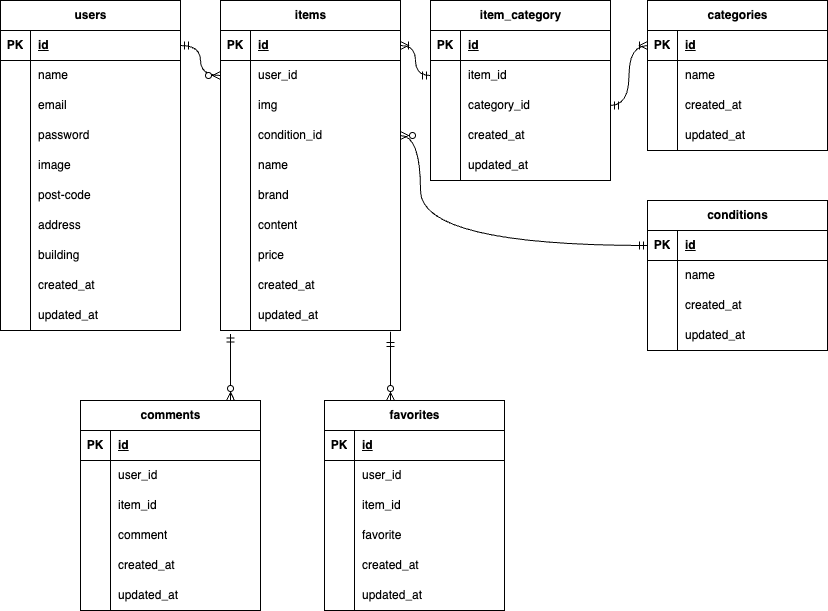
Earlier version of the draw.io export index.drawio.png (moechi9/coachtech_free-market). Source tidied: cells renumbered, new cells last; positions are measured from the earlier drawing's top-left corner, leaving out a move shared by most shapes.
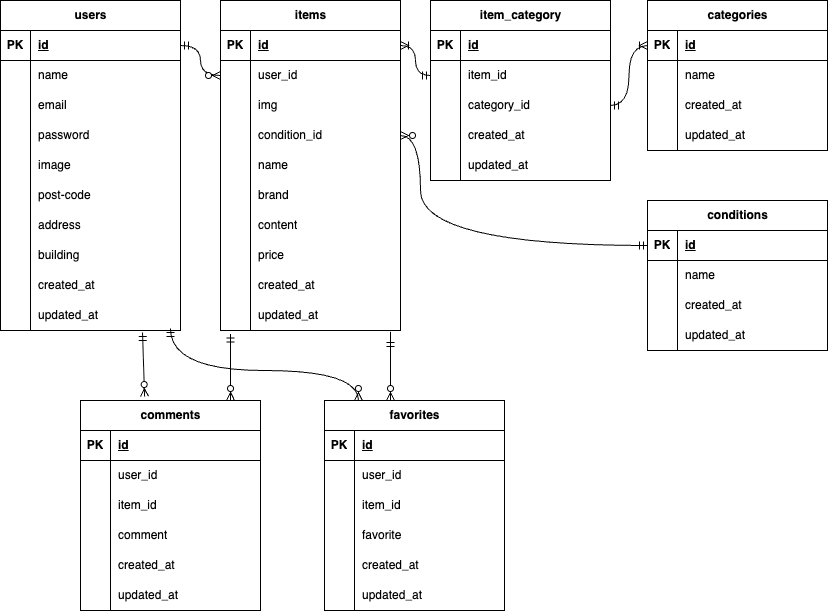
Later version of the same file.

Diff of the diagram source:
```diff
@@ -463,5 +463,17 @@
         </Array>
       </mxGeometry>
     </mxCell>
+    <mxCell id="150" style="fontSize=12;html=1;endArrow=ERzeroToMany;startArrow=ERmandOne;entryX=0.356;entryY=-0.019;entryDx=0;entryDy=0;entryPerimeter=0;exitX=0.789;exitY=1.067;exitDx=0;exitDy=0;exitPerimeter=0;" parent="1" edge="1" source="56" target="125">
+      <mxGeometry relative="1" as="geometry" />
+    </mxCell>
+    <mxCell id="151" style="edgeStyle=orthogonalEdgeStyle;fontSize=12;html=1;endArrow=ERzeroToMany;startArrow=ERmandOne;curved=1;exitX=0.944;exitY=0.933;exitDx=0;exitDy=0;exitPerimeter=0;" parent="1" edge="1" source="56">
+      <mxGeometry relative="1" as="geometry">
+        <mxPoint x="357.9" y="400" as="targetPoint" />
+        <Array as="points">
+          <mxPoint x="170" y="370" />
+          <mxPoint x="358" y="370" />
+        </Array>
+      </mxGeometry>
+    </mxCell>
   </root>
 </mxGraphModel>
```
